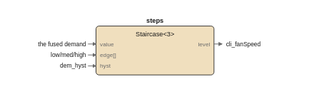
Above: images/logic/fans_fbd.drawio.svg in pstch/botanik2 (draw.io), before the change. Source tidied: cells renumbered, new cells last; positions are measured from the earlier drawing's top-left corner, leaving out a move shared by most shapes. Its diagram source:
```xml
<mxGraphModel>
  <root>
    <mxCell id="0" />
    <mxCell id="1" parent="0" />
    <mxCell id="2" style="rounded=1;fillColor=#f0dfbe;strokeColor=#1a1a1a;whiteSpace=wrap;html=1;fontSize=8;" parent="1" vertex="1">
      <mxGeometry x="10" y="10" width="118" height="49" as="geometry" />
    </mxCell>
    <mxCell id="3" value="steps" style="text;html=1;fontSize=6;fontColor=#1a1a1a;align=center;fontStyle=1;" parent="1" vertex="1">
      <mxGeometry x="69" y="0.4" width="40" height="10.6" as="geometry" />
    </mxCell>
    <mxCell id="4" value="Staircase&lt;3&gt;" style="text;html=1;fontSize=6;fontColor=#1a1a1a;align=center;" parent="1" vertex="1">
      <mxGeometry x="69" y="13.4" width="60" height="10.6" as="geometry" />
    </mxCell>
    <mxCell id="5" value="value" style="text;html=1;fontSize=5;fontColor=#6b6b6b;align=left;" parent="1" vertex="1">
      <mxGeometry x="14" y="24.2" width="40" height="9.8" as="geometry" />
    </mxCell>
    <mxCell id="6" value="edge[]" style="text;html=1;fontSize=5;fontColor=#6b6b6b;align=left;" parent="1" vertex="1">
      <mxGeometry x="14" y="35.2" width="40" height="9.8" as="geometry" />
    </mxCell>
    <mxCell id="7" value="hyst" style="text;html=1;fontSize=5;fontColor=#6b6b6b;align=left;" parent="1" vertex="1">
      <mxGeometry x="14" y="46.2" width="40" height="9.8" as="geometry" />
    </mxCell>
    <mxCell id="8" value="level" style="text;html=1;fontSize=5;fontColor=#6b6b6b;align=left;" parent="1" vertex="1">
      <mxGeometry x="124" y="24.2" width="40" height="9.8" as="geometry" />
    </mxCell>
    <mxCell id="9" value="the fused demand" style="text;html=1;fontSize=6;fontColor=#1a1a1a;align=left;" parent="1" vertex="1">
      <mxGeometry y="24" width="80" height="10" as="geometry" />
    </mxCell>
    <mxCell id="10" style="edgeStyle=none;html=1;strokeColor=#6b6b6b;endArrow=block;" parent="1" edge="1">
      <mxGeometry relative="1" as="geometry">
        <mxPoint x="2" y="28" as="sourcePoint" />
        <mxPoint x="10" y="28" as="targetPoint" />
      </mxGeometry>
    </mxCell>
    <mxCell id="11" value="low/med/high" style="text;html=1;fontSize=6;fontColor=#1a1a1a;align=left;" parent="1" vertex="1">
      <mxGeometry y="35" width="60" height="10" as="geometry" />
    </mxCell>
    <mxCell id="12" style="edgeStyle=none;html=1;strokeColor=#6b6b6b;endArrow=block;" parent="1" edge="1">
      <mxGeometry relative="1" as="geometry">
        <mxPoint x="2" y="39" as="sourcePoint" />
        <mxPoint x="10" y="39" as="targetPoint" />
      </mxGeometry>
    </mxCell>
    <mxCell id="13" value="dem_hyst" style="text;html=1;fontSize=6;fontColor=#1a1a1a;align=left;" parent="1" vertex="1">
      <mxGeometry y="46" width="40" height="10" as="geometry" />
    </mxCell>
    <mxCell id="14" style="edgeStyle=none;html=1;strokeColor=#6b6b6b;endArrow=block;" parent="1" edge="1">
      <mxGeometry relative="1" as="geometry">
        <mxPoint x="2" y="50" as="sourcePoint" />
        <mxPoint x="10" y="50" as="targetPoint" />
      </mxGeometry>
    </mxCell>
    <mxCell id="15" style="edgeStyle=none;html=1;strokeColor=#6b6b6b;endArrow=block;" parent="1" edge="1">
      <mxGeometry relative="1" as="geometry">
        <mxPoint x="128" y="28" as="sourcePoint" />
        <mxPoint x="136" y="28" as="targetPoint" />
      </mxGeometry>
    </mxCell>
    <mxCell id="16" value="cli_fanSpeed" style="text;html=1;fontSize=6;fontColor=#1a1a1a;align=left;" parent="1" vertex="1">
      <mxGeometry x="140" y="24" width="60" height="10" as="geometry" />
    </mxCell>
  </root>
</mxGraphModel>
```
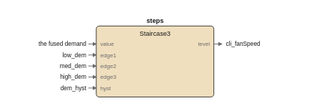
The same file after the commit.

Change to the diagram source:
```diff
@@ -3,59 +3,83 @@
     <mxCell id="0" />
     <mxCell id="1" parent="0" />
     <mxCell id="2" style="rounded=1;fillColor=#f0dfbe;strokeColor=#1a1a1a;whiteSpace=wrap;html=1;fontSize=8;" parent="1" vertex="1">
-      <mxGeometry x="10" y="10" width="118" height="49" as="geometry" />
+      <mxGeometry x="10" y="10" width="118" height="71" as="geometry" />
     </mxCell>
     <mxCell id="3" value="steps" style="text;html=1;fontSize=6;fontColor=#1a1a1a;align=center;fontStyle=1;" parent="1" vertex="1">
       <mxGeometry x="69" y="0.4" width="40" height="10.6" as="geometry" />
     </mxCell>
-    <mxCell id="4" value="Staircase&lt;3&gt;" style="text;html=1;fontSize=6;fontColor=#1a1a1a;align=center;" parent="1" vertex="1">
-      <mxGeometry x="69" y="13.4" width="60" height="10.6" as="geometry" />
+    <mxCell id="4" value="Staircase3" style="text;html=1;fontSize=6;fontColor=#1a1a1a;align=center;" parent="1" vertex="1">
+      <mxGeometry x="69" y="13.4" width="50" height="10.6" as="geometry" />
     </mxCell>
     <mxCell id="5" value="value" style="text;html=1;fontSize=5;fontColor=#6b6b6b;align=left;" parent="1" vertex="1">
       <mxGeometry x="14" y="24.2" width="40" height="9.8" as="geometry" />
     </mxCell>
-    <mxCell id="6" value="edge[]" style="text;html=1;fontSize=5;fontColor=#6b6b6b;align=left;" parent="1" vertex="1">
+    <mxCell id="6" value="edge1" style="text;html=1;fontSize=5;fontColor=#6b6b6b;align=left;" parent="1" vertex="1">
       <mxGeometry x="14" y="35.2" width="40" height="9.8" as="geometry" />
     </mxCell>
-    <mxCell id="7" value="hyst" style="text;html=1;fontSize=5;fontColor=#6b6b6b;align=left;" parent="1" vertex="1">
+    <mxCell id="7" value="edge2" style="text;html=1;fontSize=5;fontColor=#6b6b6b;align=left;" parent="1" vertex="1">
       <mxGeometry x="14" y="46.2" width="40" height="9.8" as="geometry" />
     </mxCell>
-    <mxCell id="8" value="level" style="text;html=1;fontSize=5;fontColor=#6b6b6b;align=left;" parent="1" vertex="1">
-      <mxGeometry x="124" y="24.2" width="40" height="9.8" as="geometry" />
+    <mxCell id="8" value="edge3" style="text;html=1;fontSize=5;fontColor=#6b6b6b;align=left;" parent="1" vertex="1">
+      <mxGeometry x="14" y="57.2" width="40" height="9.8" as="geometry" />
     </mxCell>
-    <mxCell id="9" value="the fused demand" style="text;html=1;fontSize=6;fontColor=#1a1a1a;align=left;" parent="1" vertex="1">
-      <mxGeometry y="24" width="80" height="10" as="geometry" />
+    <mxCell id="9" value="hyst" style="text;html=1;fontSize=5;fontColor=#6b6b6b;align=left;" parent="1" vertex="1">
+      <mxGeometry x="14" y="68.2" width="40" height="9.8" as="geometry" />
     </mxCell>
-    <mxCell id="10" style="edgeStyle=none;html=1;strokeColor=#6b6b6b;endArrow=block;" parent="1" edge="1">
-      <mxGeometry relative="1" as="geometry">
-        <mxPoint x="2" y="28" as="sourcePoint" />
-        <mxPoint x="10" y="28" as="targetPoint" />
-      </mxGeometry>
-    </mxCell>
+    <mxCell id="17" value="level" style="text;html=1;fontSize=5;fontColor=#6b6b6b;align=left;" parent="1" vertex="1">
+      <mxGeometry x="124" y="24.2" width="40" height="9.8" as="geometry" />
+    </mxCell>
-    <mxCell id="11" value="low/med/high" style="text;html=1;fontSize=6;fontColor=#1a1a1a;align=left;" parent="1" vertex="1">
-      <mxGeometry y="35" width="60" height="10" as="geometry" />
+    <mxCell id="11" value="the fused demand" style="text;html=1;fontSize=6;fontColor=#1a1a1a;align=left;" parent="1" vertex="1">
+      <mxGeometry y="24" width="80" height="10" as="geometry" />
     </mxCell>
     <mxCell id="12" style="edgeStyle=none;html=1;strokeColor=#6b6b6b;endArrow=block;" parent="1" edge="1">
       <mxGeometry relative="1" as="geometry">
-        <mxPoint x="2" y="39" as="sourcePoint" />
-        <mxPoint x="10" y="39" as="targetPoint" />
+        <mxPoint x="2" y="28" as="sourcePoint" />
+        <mxPoint x="10" y="28" as="targetPoint" />
       </mxGeometry>
     </mxCell>
-    <mxCell id="13" value="dem_hyst" style="text;html=1;fontSize=6;fontColor=#1a1a1a;align=left;" parent="1" vertex="1">
-      <mxGeometry y="46" width="40" height="10" as="geometry" />
+    <mxCell id="13" value="low_dem" style="text;html=1;fontSize=6;fontColor=#1a1a1a;align=left;" parent="1" vertex="1">
+      <mxGeometry y="35" width="40" height="10" as="geometry" />
     </mxCell>
     <mxCell id="14" style="edgeStyle=none;html=1;strokeColor=#6b6b6b;endArrow=block;" parent="1" edge="1">
       <mxGeometry relative="1" as="geometry">
-        <mxPoint x="2" y="50" as="sourcePoint" />
-        <mxPoint x="10" y="50" as="targetPoint" />
+        <mxPoint x="2" y="39" as="sourcePoint" />
+        <mxPoint x="10" y="39" as="targetPoint" />
       </mxGeometry>
     </mxCell>
-    <mxCell id="15" style="edgeStyle=none;html=1;strokeColor=#6b6b6b;endArrow=block;" parent="1" edge="1">
-      <mxGeometry relative="1" as="geometry">
-        <mxPoint x="128" y="28" as="sourcePoint" />
-        <mxPoint x="136" y="28" as="targetPoint" />
-      </mxGeometry>
-    </mxCell>
+    <mxCell id="18" value="med_dem" style="text;html=1;fontSize=6;fontColor=#1a1a1a;align=left;" parent="1" vertex="1">
+      <mxGeometry y="46" width="40" height="10" as="geometry" />
+    </mxCell>
+    <mxCell id="19" style="edgeStyle=none;html=1;strokeColor=#6b6b6b;endArrow=block;" parent="1" edge="1">
+      <mxGeometry relative="1" as="geometry">
+        <mxPoint x="2" y="50" as="sourcePoint" />
+        <mxPoint x="10" y="50" as="targetPoint" />
+      </mxGeometry>
+    </mxCell>
+    <mxCell id="20" value="high_dem" style="text;html=1;fontSize=6;fontColor=#1a1a1a;align=left;" parent="1" vertex="1">
+      <mxGeometry y="57" width="40" height="10" as="geometry" />
+    </mxCell>
+    <mxCell id="21" style="edgeStyle=none;html=1;strokeColor=#6b6b6b;endArrow=block;" parent="1" edge="1">
+      <mxGeometry relative="1" as="geometry">
+        <mxPoint x="2" y="61" as="sourcePoint" />
+        <mxPoint x="10" y="61" as="targetPoint" />
+      </mxGeometry>
+    </mxCell>
+    <mxCell id="22" value="dem_hyst" style="text;html=1;fontSize=6;fontColor=#1a1a1a;align=left;" parent="1" vertex="1">
+      <mxGeometry y="68" width="40" height="10" as="geometry" />
+    </mxCell>
+    <mxCell id="23" style="edgeStyle=none;html=1;strokeColor=#6b6b6b;endArrow=block;" parent="1" edge="1">
+      <mxGeometry relative="1" as="geometry">
+        <mxPoint x="2" y="72" as="sourcePoint" />
+        <mxPoint x="10" y="72" as="targetPoint" />
+      </mxGeometry>
+    </mxCell>
+    <mxCell id="24" style="edgeStyle=none;html=1;strokeColor=#6b6b6b;endArrow=block;" parent="1" edge="1">
+      <mxGeometry relative="1" as="geometry">
+        <mxPoint x="128" y="28" as="sourcePoint" />
+        <mxPoint x="136" y="28" as="targetPoint" />
+      </mxGeometry>
+    </mxCell>
     <mxCell id="16" value="cli_fanSpeed" style="text;html=1;fontSize=6;fontColor=#1a1a1a;align=left;" parent="1" vertex="1">
       <mxGeometry x="140" y="24" width="60" height="10" as="geometry" />
     </mxCell>
```
